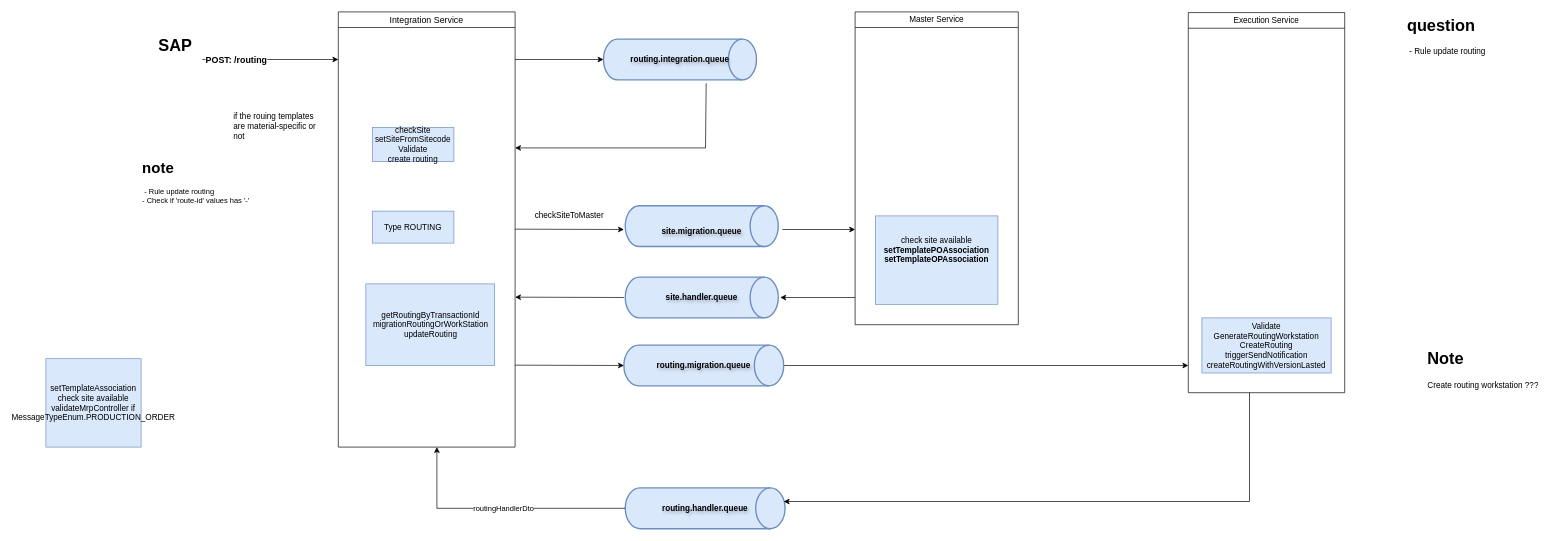
Before: page "[GRID] Import Route" (4 of 10) of Workflow-Overview.drawio in tuankhoi2206/Draft-system-overview, a draw.io diagram. Source tidied: cells renumbered, new cells numbered last; positions are measured from the earlier drawing's top-left corner, leaving out a move shared by most shapes. Both pictures are drawn from the tidied source at 68%, with x=0, y=0 at pixel (46, 12).
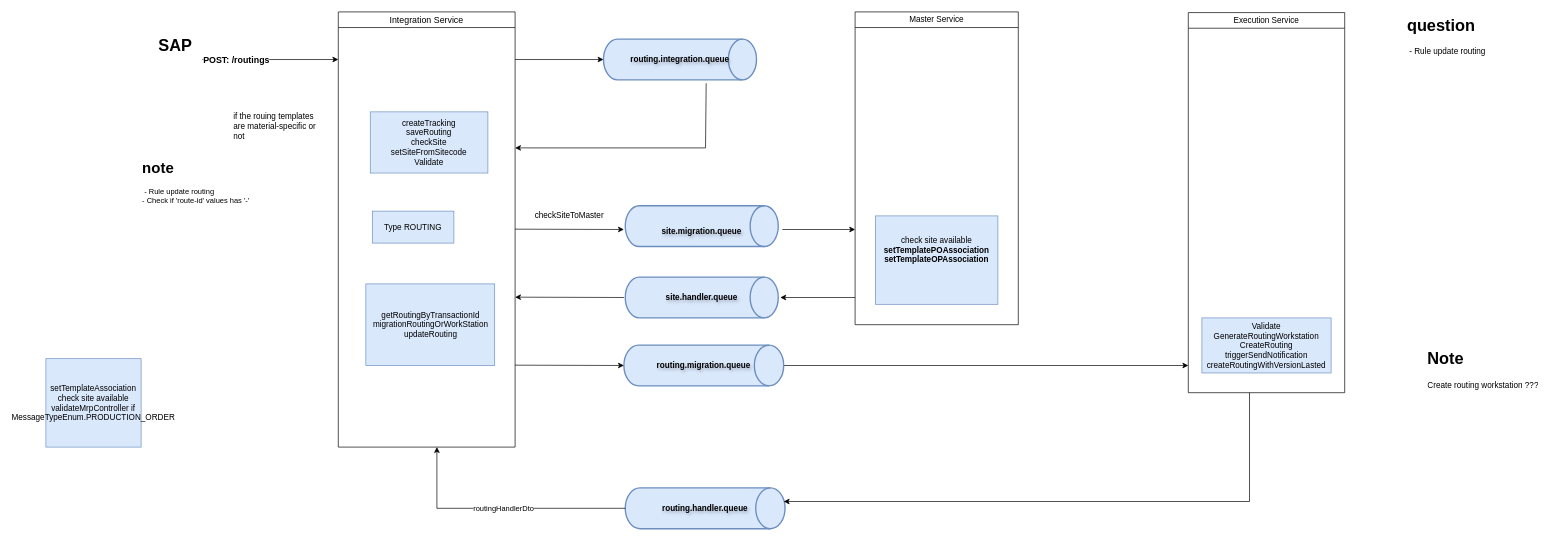
After the change.

The change refers to these unchanged cells:
```xml
<mxCell id="4" value="&lt;span style=&quot;font-weight: 400;&quot;&gt;Integration Service&lt;/span&gt;" style="swimlane;whiteSpace=wrap;html=1;fontSize=13;" parent="1" vertex="1">
  <mxGeometry x="430" width="260" height="640" as="geometry" />
</mxCell>
<mxCell id="9" style="endArrow=classic;html=1;rounded=0;exitX=1;exitY=1;exitDx=0;exitDy=0;" parent="1" edge="1">
  <mxGeometry relative="1" as="geometry">
    <mxPoint x="230" y="70" as="sourcePoint" />
    <mxPoint x="430" y="70" as="targetPoint" />
  </mxGeometry>
</mxCell>
```

Diff of the diagram source:
```diff
@@
-    <mxCell id="7" value="&lt;div&gt;checkSite&lt;/div&gt;&lt;div&gt;setSiteFromSitecode&lt;/div&gt;&lt;div&gt;&lt;span style=&quot;background-color: initial; color: light-dark(rgb(0, 0, 0), rgb(255, 255, 255));&quot;&gt;Validate&lt;/span&gt;&lt;/div&gt;&lt;div&gt;&lt;span style=&quot;background-color: initial;&quot;&gt;create routing&lt;/span&gt;&lt;/div&gt;" style="text;html=1;align=center;verticalAlign=middle;whiteSpace=wrap;rounded=0;fillColor=#dae8fc;strokeColor=#6c8ebf;" parent="4" vertex="1">
-      <mxGeometry x="50" y="170" width="120" height="50" as="geometry" />
+    <mxCell id="7" value="&lt;div&gt;&lt;br&gt;&lt;/div&gt;&lt;div&gt;createTracking&lt;/div&gt;&lt;div&gt;saveR&lt;span style=&quot;background-color: transparent; color: light-dark(rgb(0, 0, 0), rgb(255, 255, 255));&quot;&gt;outing&lt;/span&gt;&lt;/div&gt;&lt;div&gt;checkSite&lt;/div&gt;&lt;div&gt;setSiteFromSitecode&lt;/div&gt;&lt;div&gt;&lt;span style=&quot;background-color: initial; color: light-dark(rgb(0, 0, 0), rgb(255, 255, 255));&quot;&gt;Validate&lt;/span&gt;&lt;/div&gt;&lt;div&gt;&lt;br&gt;&lt;/div&gt;" style="text;html=1;align=center;verticalAlign=middle;whiteSpace=wrap;rounded=0;fillColor=#dae8fc;strokeColor=#6c8ebf;" parent="4" vertex="1">
+      <mxGeometry x="47" y="147" width="173" height="90" as="geometry" />
     </mxCell>
@@
-    <mxCell id="10" value="POST: /routing" style="edgeLabel;html=1;align=center;verticalAlign=middle;fontStyle=1;fontSize=13;" parent="9" vertex="1">
+    <mxCell id="10" value="POST: /routings" style="edgeLabel;html=1;align=center;verticalAlign=middle;fontStyle=1;fontSize=13;" parent="9" vertex="1">
       <mxGeometry x="-0.51" y="1" relative="1" as="geometry" />
     </mxCell>
```
